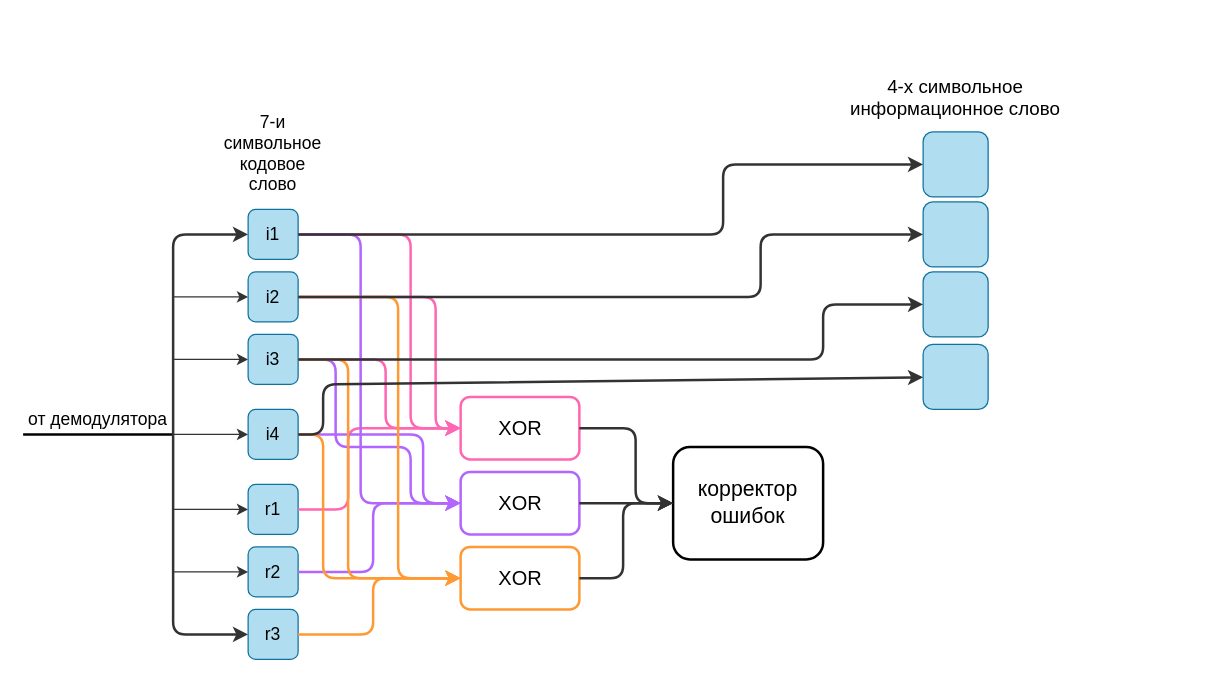
This is page "Страница 1" (1 of 2) of 1st semester/computer science/Диаграмма без названия.drawio from 7Kseniya/itmo, a draw.io file, before an edit. Source tidied: cells renumbered, new cells numbered last; positions are measured from the earlier drawing's top-left corner, leaving out a move shared by most shapes. Both pictures are drawn from the tidied source at 125%, with x=0, y=0 at pixel (22, 34).
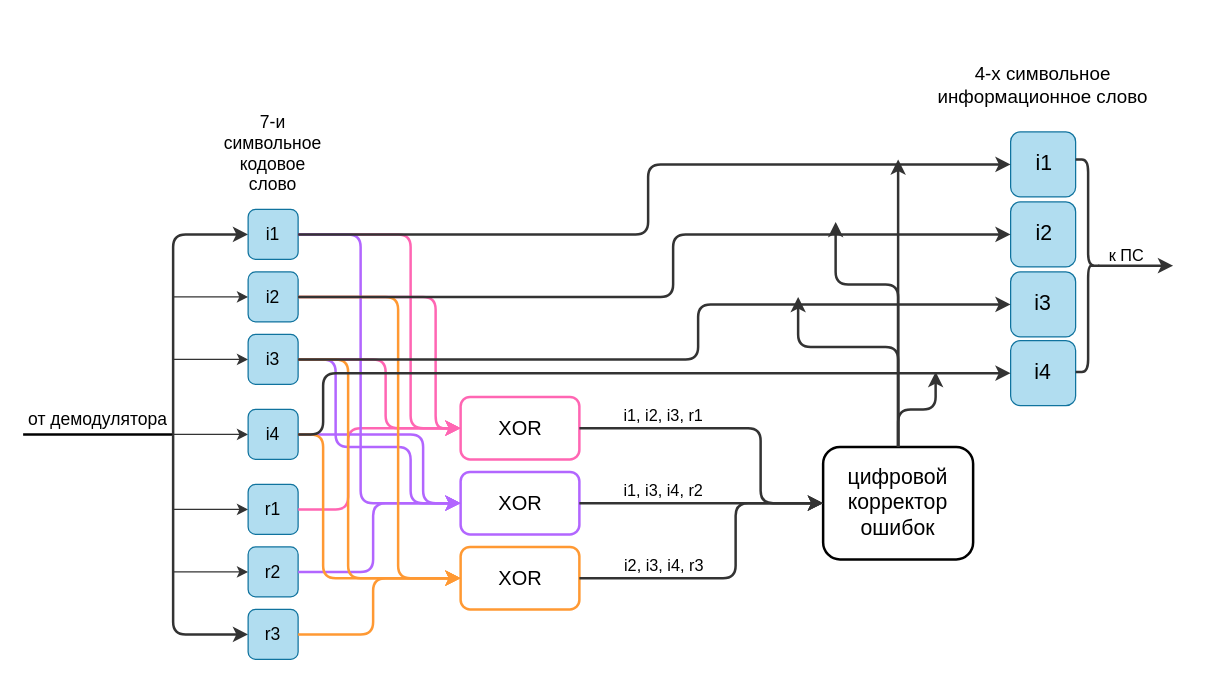
After the change.

Unchanged cells that the change refers to:
```xml
<mxCell id="26" style="rounded=1;whiteSpace=wrap;html=1;fillStyle=auto;fontSize=14;strokeColor=#FF66B3;strokeWidth=2;" parent="1" vertex="1">
  <mxGeometry x="350" y="290" width="95" height="50" as="geometry" />
</mxCell>
<mxCell id="28" style="rounded=1;whiteSpace=wrap;html=1;fillStyle=auto;fontSize=14;strokeColor=#FF9933;strokeWidth=2;" parent="1" vertex="1">
  <mxGeometry x="350" y="410" width="95" height="50" as="geometry" />
</mxCell>
```

The edit, as a diff of the source:
```diff
@@
     <mxCell id="44" style="rounded=1;whiteSpace=wrap;html=1;fillStyle=auto;strokeWidth=2;fontSize=16;" parent="1" vertex="1">
-      <mxGeometry x="520" y="330" width="120" height="90" as="geometry" />
+      <mxGeometry x="640" y="330" width="120" height="90" as="geometry" />
     </mxCell>
-    <mxCell id="45" value="корректор ошибок" style="text;html=1;strokeColor=none;fillColor=none;align=center;verticalAlign=middle;whiteSpace=wrap;rounded=0;fillStyle=auto;strokeWidth=2;fontSize=17;" parent="1" vertex="1">
-      <mxGeometry x="520" y="340" width="120" height="70" as="geometry" />
+    <mxCell id="45" value="цифровой корректор ошибок" style="text;html=1;strokeColor=none;fillColor=none;align=center;verticalAlign=middle;whiteSpace=wrap;rounded=0;fillStyle=auto;strokeWidth=2;fontSize=17;" parent="1" vertex="1">
+      <mxGeometry x="640" y="340" width="120" height="70" as="geometry" />
     </mxCell>
     <mxCell id="46" style="endArrow=classic;html=1;rounded=1;strokeColor=#333333;strokeWidth=2;fontSize=17;exitX=1;exitY=0.5;exitDx=0;exitDy=0;entryX=0;entryY=0.5;entryDx=0;entryDy=0;" parent="1" edge="1" source="26" target="45">
       <mxGeometry relative="1" as="geometry">
         <Array as="points">
-          <mxPoint x="490" y="315" />
-          <mxPoint x="490" y="375" />
+          <mxPoint x="590" y="315" />
+          <mxPoint x="590" y="375" />
         </Array>
       </mxGeometry>
     </mxCell>
@@
     <mxCell id="48" style="endArrow=classic;html=1;rounded=1;strokeColor=#333333;strokeWidth=2;fontSize=17;exitX=1;exitY=0.5;exitDx=0;exitDy=0;entryX=0;entryY=0.5;entryDx=0;entryDy=0;" parent="1" edge="1" source="28" target="45">
       <mxGeometry relative="1" as="geometry">
         <Array as="points">
-          <mxPoint x="480" y="435" />
-          <mxPoint x="480" y="375" />
+          <mxPoint x="570" y="435" />
+          <mxPoint x="570" y="375" />
         </Array>
       </mxGeometry>
     </mxCell>
     <mxCell id="49" style="rounded=1;whiteSpace=wrap;html=1;fillColor=#b1ddf0;strokeColor=#10739e;fillStyle=auto;" parent="1" vertex="1">
-      <mxGeometry x="720" y="78" width="52" height="52" as="geometry" />
+      <mxGeometry x="790" y="78" width="52" height="52" as="geometry" />
     </mxCell>
     <mxCell id="50" style="rounded=1;whiteSpace=wrap;html=1;fillColor=#b1ddf0;strokeColor=#10739e;fillStyle=auto;" parent="1" vertex="1">
-      <mxGeometry x="720" y="134" width="52" height="52" as="geometry" />
+      <mxGeometry x="790" y="134" width="52" height="52" as="geometry" />
     </mxCell>
     <mxCell id="51" style="rounded=1;whiteSpace=wrap;html=1;fillColor=#b1ddf0;strokeColor=#10739e;fillStyle=auto;" parent="1" vertex="1">
-      <mxGeometry x="720" y="190" width="52" height="52" as="geometry" />
+      <mxGeometry x="790" y="190" width="52" height="52" as="geometry" />
     </mxCell>
     <mxCell id="52" style="rounded=1;whiteSpace=wrap;html=1;fillColor=#b1ddf0;strokeColor=#10739e;fillStyle=auto;" parent="1" vertex="1">
-      <mxGeometry x="720" y="248" width="52" height="52" as="geometry" />
+      <mxGeometry x="790" y="245" width="52" height="52" as="geometry" />
     </mxCell>
     <mxCell id="53" value="4-х символьное информационное слово" style="text;html=1;strokeColor=none;fillColor=none;align=center;verticalAlign=middle;whiteSpace=wrap;rounded=0;fillStyle=auto;strokeWidth=2;fontSize=15;" parent="1" vertex="1">
-      <mxGeometry x="661" width="170" height="100" as="geometry" />
+      <mxGeometry x="731" y="-10" width="170" height="100" as="geometry" />
     </mxCell>
     <mxCell id="54" style="endArrow=classic;html=1;rounded=1;strokeColor=#333333;strokeWidth=2;fontSize=15;entryX=0;entryY=0.5;entryDx=0;entryDy=0;" parent="1" edge="1" target="49">
       <mxGeometry relative="1" as="geometry">
         <mxPoint x="220" y="160" as="sourcePoint" />
         <Array as="points">
-          <mxPoint x="560" y="160" />
-          <mxPoint x="560" y="104" />
+          <mxPoint x="500" y="160" />
+          <mxPoint x="500" y="104" />
         </Array>
       </mxGeometry>
     </mxCell>
     <mxCell id="55" style="endArrow=classic;html=1;rounded=1;strokeColor=#333333;strokeWidth=2;fontSize=15;entryX=0;entryY=0.5;entryDx=0;entryDy=0;" parent="1" edge="1" target="50">
       <mxGeometry relative="1" as="geometry">
         <mxPoint x="220" y="210" as="sourcePoint" />
         <Array as="points">
-          <mxPoint x="590" y="210" />
-          <mxPoint x="590" y="160" />
+          <mxPoint x="520" y="210" />
+          <mxPoint x="520" y="160" />
         </Array>
       </mxGeometry>
     </mxCell>
     <mxCell id="56" style="endArrow=classic;html=1;rounded=1;strokeColor=#333333;strokeWidth=2;fontSize=15;entryX=0;entryY=0.5;entryDx=0;entryDy=0;" parent="1" edge="1" target="51">
       <mxGeometry relative="1" as="geometry">
         <mxPoint x="220" y="260" as="sourcePoint" />
         <Array as="points">
-          <mxPoint x="640" y="260" />
-          <mxPoint x="640" y="216" />
+          <mxPoint x="540" y="260" />
+          <mxPoint x="540" y="216" />
         </Array>
       </mxGeometry>
     </mxCell>
     <mxCell id="57" style="endArrow=classic;html=1;rounded=1;strokeColor=#333333;strokeWidth=2;fontSize=15;" parent="1" edge="1" target="52">
       <mxGeometry relative="1" as="geometry">
         <mxPoint x="220" y="320" as="sourcePoint" />
         <Array as="points">
           <mxPoint x="240" y="320" />
-          <mxPoint x="240" y="280" />
+          <mxPoint x="240" y="271" />
         </Array>
       </mxGeometry>
     </mxCell>
+    <mxCell id="58" value="i1, i2, i3, r1" style="text;html=1;strokeColor=none;fillColor=none;align=center;verticalAlign=middle;whiteSpace=wrap;rounded=0;fillStyle=auto;strokeWidth=2;fontSize=13;" parent="1" vertex="1">
+      <mxGeometry x="470" y="290" width="85" height="30" as="geometry" />
+    </mxCell>
+    <mxCell id="59" value="i1, i3, i4, r2" style="text;html=1;strokeColor=none;fillColor=none;align=center;verticalAlign=middle;whiteSpace=wrap;rounded=0;fillStyle=auto;strokeWidth=2;fontSize=13;" parent="1" vertex="1">
+      <mxGeometry x="470" y="350" width="85" height="30" as="geometry" />
+    </mxCell>
+    <mxCell id="60" value="i2, i3, i4, r3" style="text;html=1;strokeColor=none;fillColor=none;align=center;verticalAlign=middle;whiteSpace=wrap;rounded=0;fillStyle=auto;strokeWidth=2;fontSize=13;" parent="1" vertex="1">
+      <mxGeometry x="477.5" y="410" width="70" height="30" as="geometry" />
+    </mxCell>
+    <mxCell id="61" style="endArrow=classic;html=1;rounded=1;strokeColor=#333333;strokeWidth=2;fontSize=13;exitX=0.5;exitY=0;exitDx=0;exitDy=0;" parent="1" edge="1" source="44">
+      <mxGeometry relative="1" as="geometry">
+        <mxPoint x="730" y="270" as="targetPoint" />
+        <Array as="points">
+          <mxPoint x="700" y="300" />
+          <mxPoint x="730" y="300" />
+        </Array>
+      </mxGeometry>
+    </mxCell>
+    <mxCell id="62" style="endArrow=classic;html=1;rounded=1;strokeColor=#333333;strokeWidth=2;fontSize=13;exitX=0.5;exitY=0;exitDx=0;exitDy=0;" parent="1" edge="1" source="44">
+      <mxGeometry relative="1" as="geometry">
+        <mxPoint x="620" y="210" as="targetPoint" />
+        <Array as="points">
+          <mxPoint x="700" y="250" />
+          <mxPoint x="620" y="250" />
+        </Array>
+      </mxGeometry>
+    </mxCell>
+    <mxCell id="63" style="endArrow=classic;html=1;rounded=1;strokeColor=#333333;strokeWidth=2;fontSize=13;exitX=0.5;exitY=0;exitDx=0;exitDy=0;" parent="1" edge="1" source="44">
+      <mxGeometry relative="1" as="geometry">
+        <mxPoint x="650" y="150" as="targetPoint" />
+        <Array as="points">
+          <mxPoint x="700" y="200" />
+          <mxPoint x="650" y="200" />
+        </Array>
+      </mxGeometry>
+    </mxCell>
+    <mxCell id="64" style="endArrow=classic;html=1;rounded=1;strokeColor=#333333;strokeWidth=2;fontSize=13;exitX=0.5;exitY=0;exitDx=0;exitDy=0;" parent="1" edge="1" source="44">
+      <mxGeometry relative="1" as="geometry">
+        <mxPoint x="700" y="100" as="targetPoint" />
+      </mxGeometry>
+    </mxCell>
+    <mxCell id="65" style="shape=curlyBracket;whiteSpace=wrap;html=1;rounded=1;flipH=1;fillStyle=auto;strokeColor=#333333;strokeWidth=2;fontSize=13;" parent="1" vertex="1">
+      <mxGeometry x="842" y="100" width="20" height="170" as="geometry" />
+    </mxCell>
+    <mxCell id="66" style="endArrow=classic;html=1;rounded=1;strokeColor=#333333;strokeWidth=2;fontSize=13;exitX=0.1;exitY=0.5;exitDx=0;exitDy=0;exitPerimeter=0;" parent="1" edge="1" source="65">
+      <mxGeometry relative="1" as="geometry">
+        <mxPoint x="920" y="185" as="targetPoint" />
+      </mxGeometry>
+    </mxCell>
+    <mxCell id="67" value="к ПС" style="text;html=1;strokeColor=none;fillColor=none;align=center;verticalAlign=middle;whiteSpace=wrap;rounded=0;fillStyle=auto;strokeWidth=2;fontSize=13;" parent="1" vertex="1">
+      <mxGeometry x="853" y="162" width="60" height="30" as="geometry" />
+    </mxCell>
+    <mxCell id="68" value="i1" style="text;html=1;strokeColor=none;fillColor=none;align=center;verticalAlign=middle;whiteSpace=wrap;rounded=0;fillStyle=auto;fontSize=17;" parent="1" vertex="1">
+      <mxGeometry x="787" y="89" width="60" height="30" as="geometry" />
+    </mxCell>
+    <mxCell id="69" value="i2" style="text;html=1;strokeColor=none;fillColor=none;align=center;verticalAlign=middle;whiteSpace=wrap;rounded=0;fillStyle=auto;fontSize=17;" parent="1" vertex="1">
+      <mxGeometry x="787" y="145" width="60" height="30" as="geometry" />
+    </mxCell>
+    <mxCell id="70" value="i3" style="text;html=1;strokeColor=none;fillColor=none;align=center;verticalAlign=middle;whiteSpace=wrap;rounded=0;fillStyle=auto;fontSize=17;" parent="1" vertex="1">
+      <mxGeometry x="786" y="201" width="60" height="30" as="geometry" />
+    </mxCell>
+    <mxCell id="71" value="i4" style="text;html=1;strokeColor=none;fillColor=none;align=center;verticalAlign=middle;whiteSpace=wrap;rounded=0;fillStyle=auto;fontSize=17;" parent="1" vertex="1">
+      <mxGeometry x="786" y="256" width="60" height="30" as="geometry" />
+    </mxCell>
```
